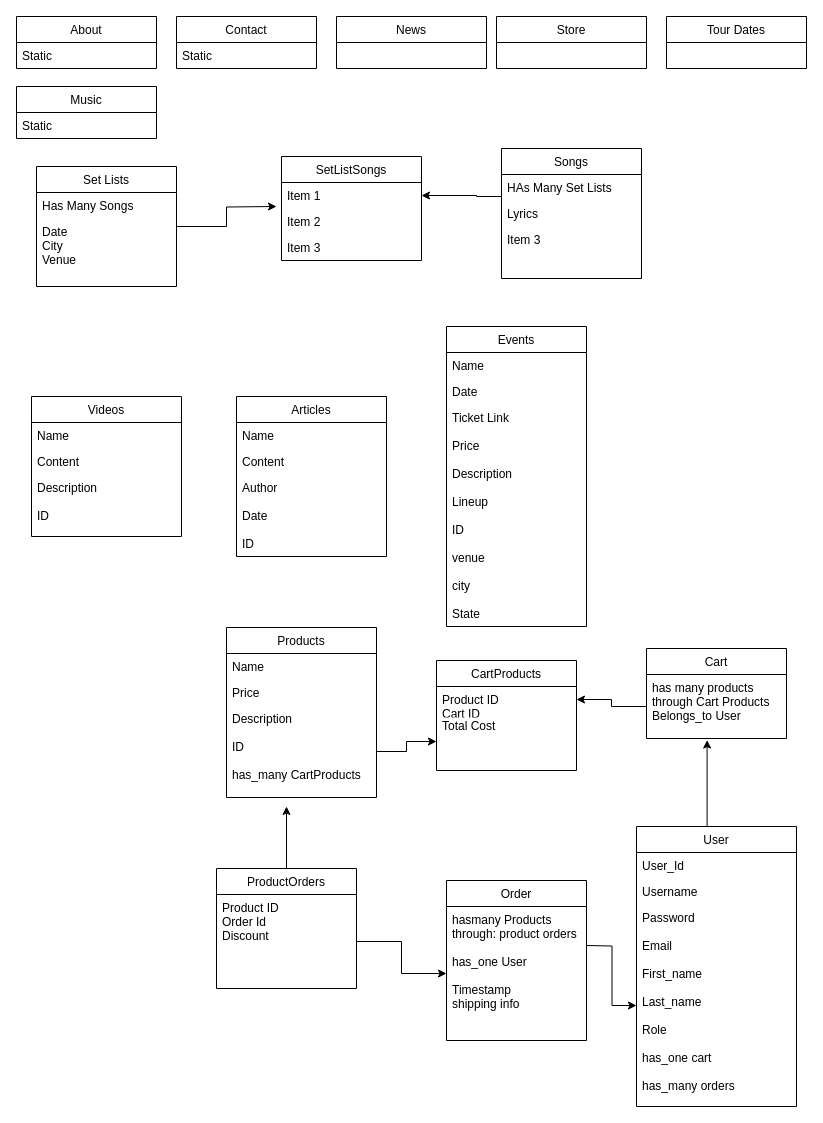
Earlier version of the draw.io diagram Plan.drawio (Zacharyflynn06/ee-backend). Source tidied: cells renumbered, new cells numbered last; positions are measured from the earlier drawing's top-left corner, leaving out a move shared by most shapes. Both pictures are drawn from the tidied source at 100%, with x=0, y=0 at pixel (16, 16).
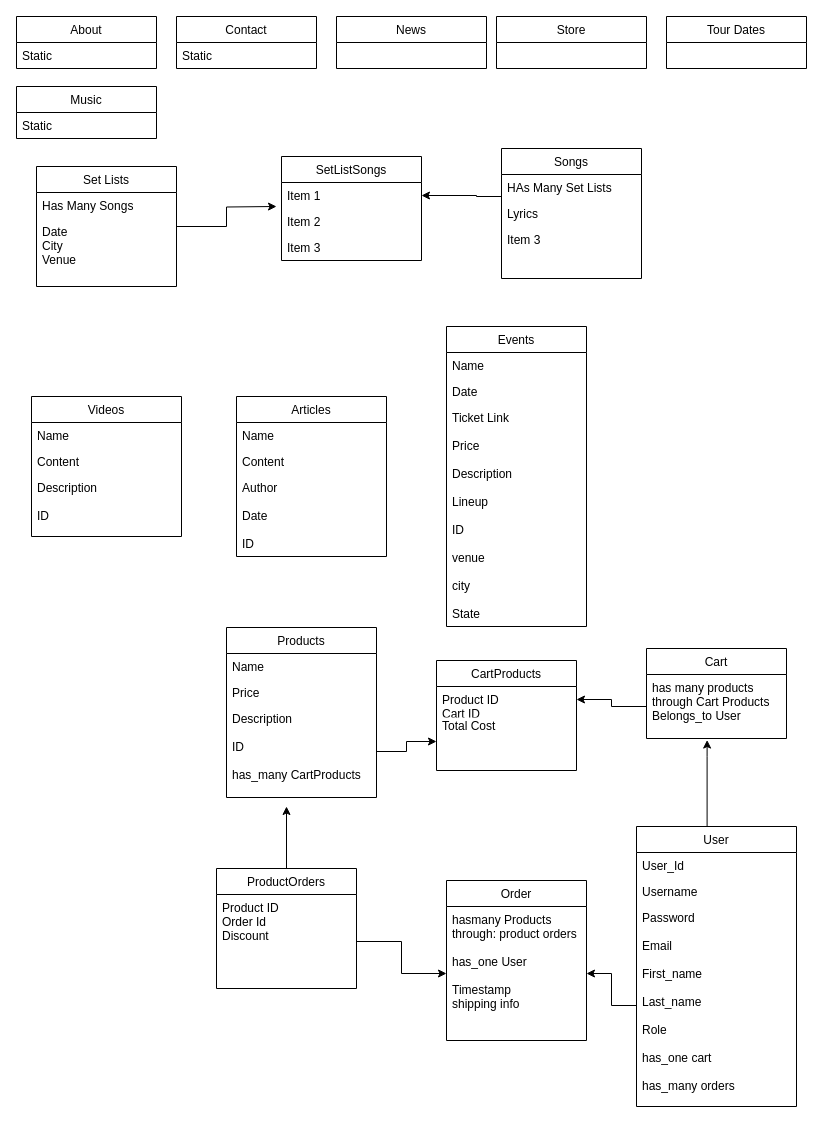
After the change.

The change refers to these unchanged cells:
```xml
<mxCell id="6" value="Password&#10;&#10;Email&#10;&#10;First_name&#10;&#10;Last_name&#10;&#10;Role&#10;&#10;has_one cart&#10;&#10;has_many orders" style="text;strokeColor=none;fillColor=none;align=left;verticalAlign=top;spacingLeft=4;spacingRight=4;overflow=hidden;points=[[0,0.5],[1,0.5]];portConstraint=eastwest;" parent="3" vertex="1">
  <mxGeometry y="78" width="160" height="202" as="geometry" />
</mxCell>
<mxCell id="46" value="hasmany Products&#10;through: product orders&#10;&#10;has_one User&#10;&#10;Timestamp&#10;shipping info" style="text;strokeColor=none;fillColor=none;align=left;verticalAlign=top;spacingLeft=4;spacingRight=4;overflow=hidden;points=[[0,0.5],[1,0.5]];portConstraint=eastwest;" parent="45" vertex="1">
  <mxGeometry y="26" width="140" height="134" as="geometry" />
</mxCell>
```

Change to the diagram source:
```diff
@@
-    <mxCell id="47" style="edgeStyle=orthogonalEdgeStyle;rounded=0;jettySize=auto;html=1;" parent="1" edge="1" target="6">
-      <mxGeometry relative="1" as="geometry">
-        <mxPoint x="570" y="929" as="sourcePoint" />
-      </mxGeometry>
-    </mxCell>
@@
+    <mxCell id="59" style="edgeStyle=orthogonalEdgeStyle;rounded=0;jettySize=auto;html=1;" parent="1" edge="1" source="6" target="46">
+      <mxGeometry relative="1" as="geometry" />
+    </mxCell>
```
